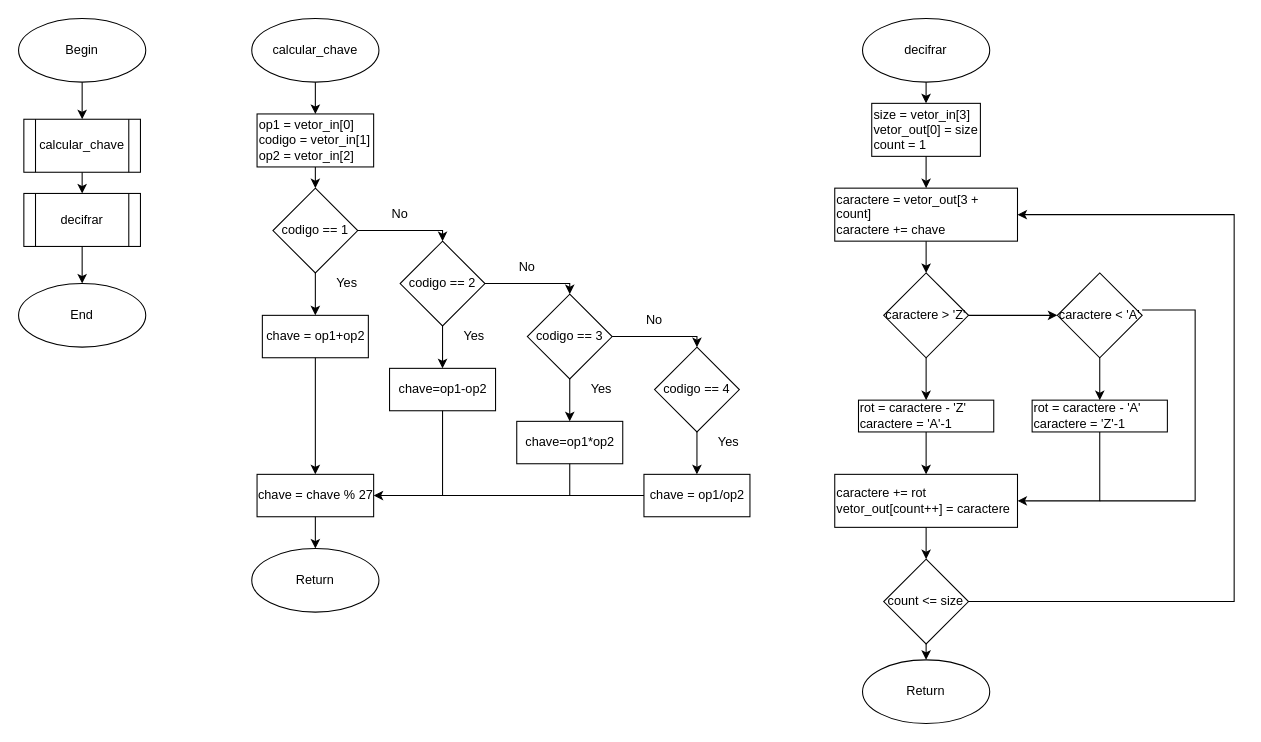
Before: lab0/fluxograma_lab0.drawio in brunobcamargo2002/micro_labs, a draw.io diagram. Source tidied: cells renumbered, new cells numbered last; positions are measured from the earlier drawing's top-left corner, leaving out a move shared by most shapes. Both pictures are drawn from the tidied source at 106%, with x=0, y=0 at pixel (18, 18).
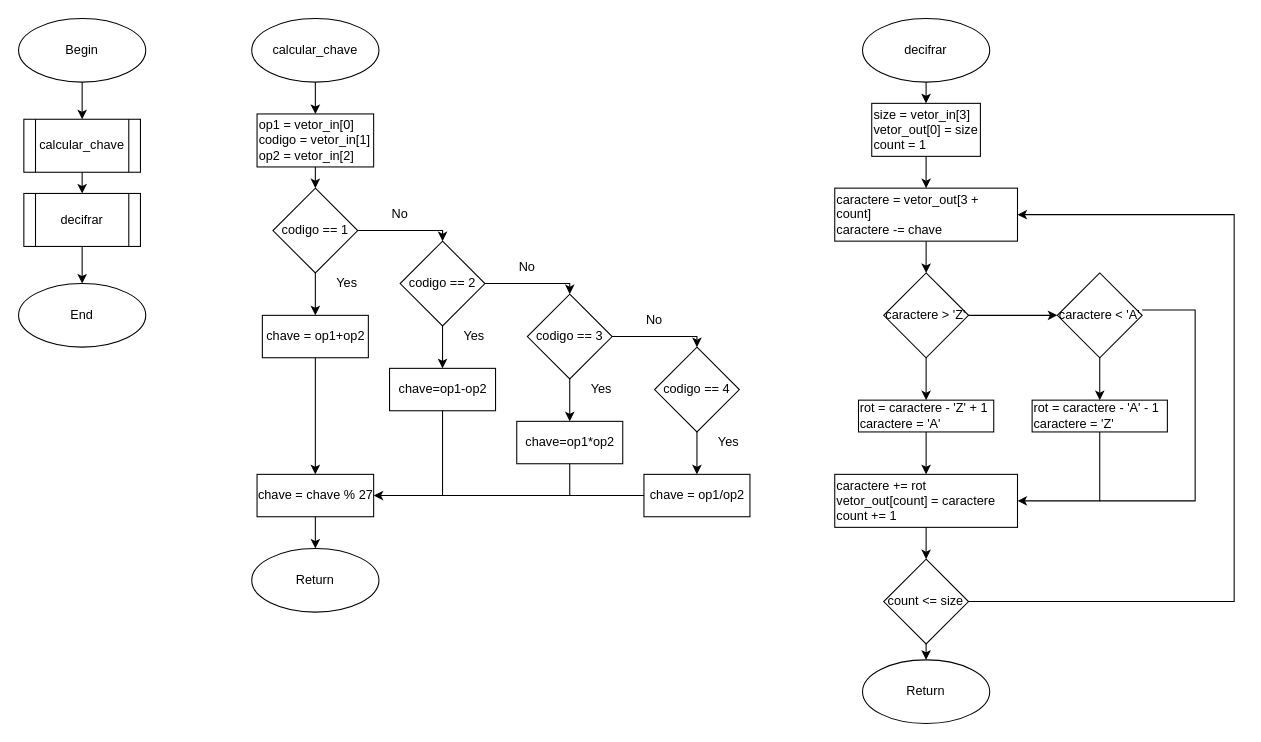
The same page after the edit.

Diff of the diagram source:
```diff
@@
-    <mxCell id="9" value="&lt;div&gt;caractere = vetor_out[3 + count]&lt;/div&gt;&lt;div&gt;caractere += chave&lt;/div&gt;" style="rounded=0;whiteSpace=wrap;html=1;align=left;" parent="1" vertex="1">
+    <mxCell id="9" value="&lt;div&gt;caractere = vetor_out[3 + count]&lt;/div&gt;&lt;div&gt;caractere -= chave&lt;/div&gt;" style="rounded=0;whiteSpace=wrap;html=1;align=left;" parent="1" vertex="1">
       <mxGeometry x="770" y="160" width="172.4" height="50" as="geometry" />
     </mxCell>
@@
-    <mxCell id="53" value="&lt;div&gt;rot = caractere - 'Z'&lt;/div&gt;&lt;div&gt;caractere = 'A'-1&lt;/div&gt;" style="rounded=0;whiteSpace=wrap;html=1;align=left;" parent="1" vertex="1">
+    <mxCell id="53" value="&lt;div&gt;rot = caractere - 'Z' + 1&lt;/div&gt;&lt;div&gt;caractere = 'A'&lt;/div&gt;" style="rounded=0;whiteSpace=wrap;html=1;align=left;" parent="1" vertex="1">
       <mxGeometry x="792.4" y="360" width="127.6" height="30" as="geometry" />
     </mxCell>
-    <mxCell id="54" value="&lt;div&gt;rot = caractere - 'A'&lt;/div&gt;caractere = 'Z'-1" style="rounded=0;whiteSpace=wrap;html=1;align=left;" parent="1" vertex="1">
+    <mxCell id="54" value="&lt;div&gt;rot = caractere - 'A' - 1&lt;/div&gt;caractere = 'Z'" style="rounded=0;whiteSpace=wrap;html=1;align=left;" parent="1" vertex="1">
       <mxGeometry x="956.2" y="360" width="127.6" height="30" as="geometry" />
     </mxCell>
@@
-    <mxCell id="58" value="&lt;div&gt;caractere += rot&lt;/div&gt;&lt;div&gt;vetor_out[count++] = caractere&lt;/div&gt;" style="rounded=0;whiteSpace=wrap;html=1;align=left;" parent="1" vertex="1">
+    <mxCell id="58" value="&lt;div&gt;caractere += rot&lt;/div&gt;&lt;div&gt;vetor_out[count] = caractere&lt;/div&gt;&lt;div&gt;count += 1&lt;/div&gt;" style="rounded=0;whiteSpace=wrap;html=1;align=left;" parent="1" vertex="1">
       <mxGeometry x="770" y="430" width="172.4" height="50" as="geometry" />
     </mxCell>
```
